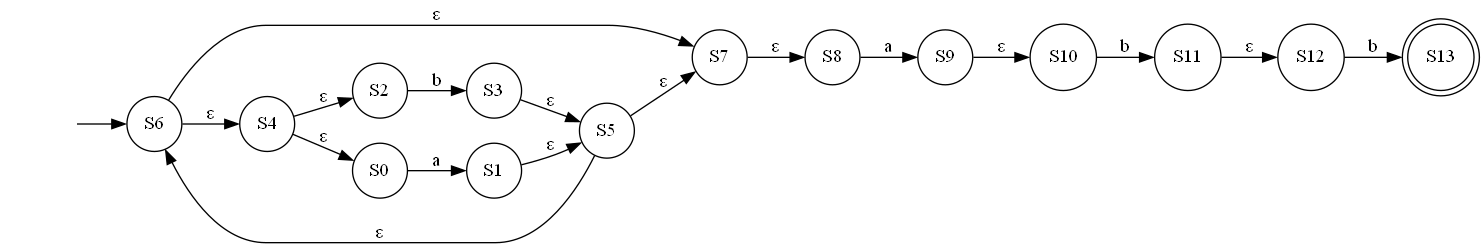
The Graphviz diagram NFA.gv.png in youssefhassan01/Compilers_Assignment, before a commit. Its source is kept beside it as NFA.gv.
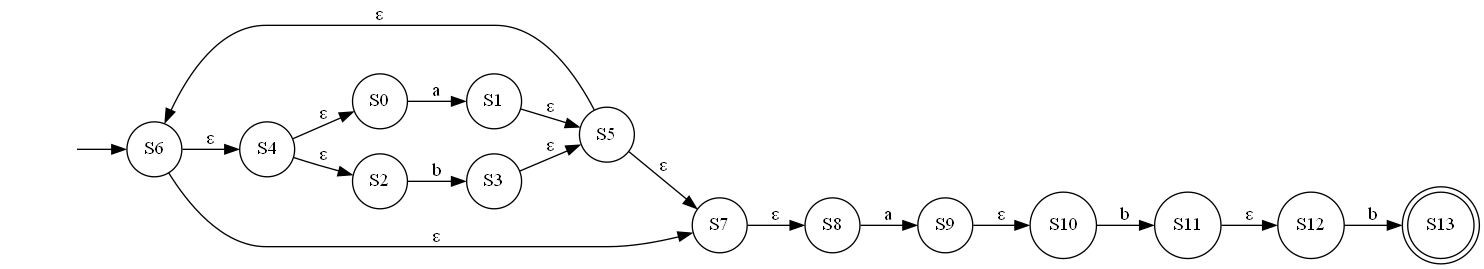
The same diagram one commit later.

The edit, as a diff of the source:
```diff
@@ -2,26 +2,26 @@
 	graph [rankdir=LR]
 	"" [label="" shape=plaintext]
 	S13 [label=S13 shape=doublecircle]
+	S3 [label=S3 shape=circle]
 	S10 [label=S10 shape=circle]
+	S0 [label=S0 shape=circle]
+	S4 [label=S4 shape=circle]
+	S5 [label=S5 shape=circle]
+	S6 [label=S6 shape=circle]
 	S12 [label=S12 shape=circle]
 	S11 [label=S11 shape=circle]
-	S6 [label=S6 shape=circle]
 	S7 [label=S7 shape=circle]
-	S4 [label=S4 shape=circle]
-	S3 [label=S3 shape=circle]
-	S1 [label=S1 shape=circle]
-	S2 [label=S2 shape=circle]
-	S5 [label=S5 shape=circle]
 	S9 [label=S9 shape=circle]
 	S8 [label=S8 shape=circle]
-	S0 [label=S0 shape=circle]
+	S2 [label=S2 shape=circle]
+	S1 [label=S1 shape=circle]
 	"" -> S6 [label=""]
 	S0 -> S1 [label=a]
 	S1 -> S5 [label="ε"]
 	S2 -> S3 [label=b]
 	S3 -> S5 [label="ε"]
+	S4 -> S0 [label="ε"]
 	S4 -> S2 [label="ε"]
-	S4 -> S0 [label="ε"]
 	S5 -> S6 [label="ε"]
 	S5 -> S7 [label="ε"]
 	S6 -> S7 [label="ε"]
```
